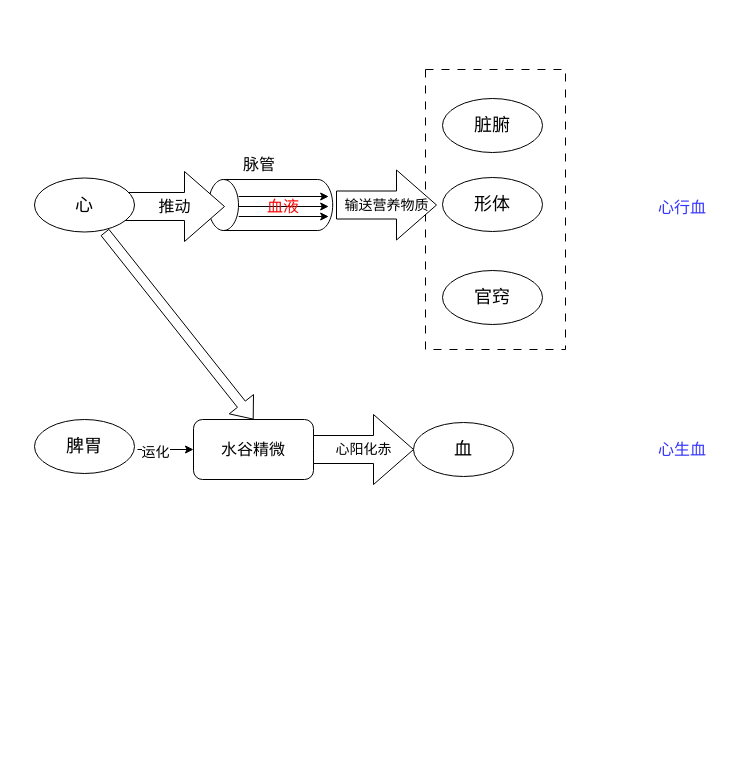
Above: 医门推敲叁/中医藏象学说/藏象学说之心/心主血脉理解.drawio in 328507133/chart (draw.io), before the change. Source tidied: cells renumbered, new cells numbered last; positions are measured from the earlier drawing's top-left corner, leaving out a move shared by most shapes. Both pictures are drawn from the tidied source at 100%, with x=0, y=0 at pixel (34, 69).
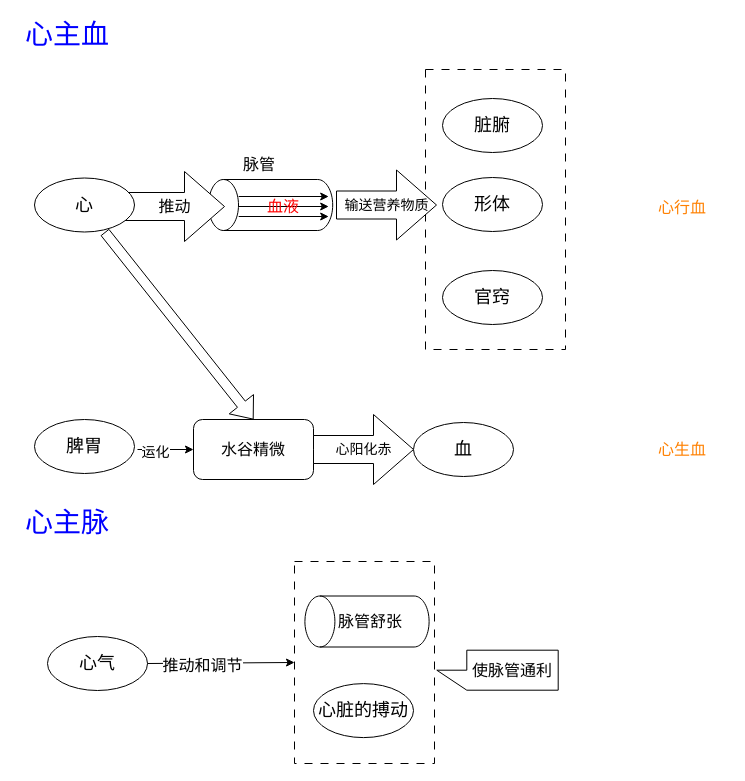
After the change.

Commit message (it also covers changes not shown here):
更新心主血脉理解.drawio

The edit, as a diff of the source:
```diff
@@
-    <mxCell id="17" value="&lt;font style=&quot;font-size: 16px;&quot;&gt;心行血&lt;/font&gt;" style="text;html=1;strokeColor=none;fillColor=none;align=center;verticalAlign=middle;whiteSpace=wrap;rounded=0;fontColor=#3333FF;" parent="1" vertex="1">
+    <mxCell id="17" value="&lt;font style=&quot;font-size: 16px;&quot;&gt;心行血&lt;/font&gt;" style="text;html=1;strokeColor=none;fillColor=none;align=center;verticalAlign=middle;whiteSpace=wrap;rounded=0;fontColor=#FF8000;" parent="1" vertex="1">
       <mxGeometry x="603" y="128" width="90" height="19" as="geometry" />
     </mxCell>
@@
-    <mxCell id="25" value="&lt;font style=&quot;font-size: 16px;&quot;&gt;心生血&lt;/font&gt;" style="text;html=1;strokeColor=none;fillColor=none;align=center;verticalAlign=middle;whiteSpace=wrap;rounded=0;fontColor=#3333FF;" parent="1" vertex="1">
+    <mxCell id="25" value="&lt;font style=&quot;font-size: 16px;&quot;&gt;心生血&lt;/font&gt;" style="text;html=1;strokeColor=none;fillColor=none;align=center;verticalAlign=middle;whiteSpace=wrap;rounded=0;fontColor=#FF8000;" parent="1" vertex="1">
       <mxGeometry x="603" y="370.5" width="90" height="19" as="geometry" />
     </mxCell>
+    <mxCell id="26" value="心主血" style="text;html=1;strokeColor=none;fillColor=none;align=center;verticalAlign=middle;whiteSpace=wrap;rounded=0;fontSize=28;fontColor=#0000FF;" parent="1" vertex="1">
+      <mxGeometry x="-17" y="-50" width="100" height="30" as="geometry" />
+    </mxCell>
+    <mxCell id="27" value="心主脉" style="text;html=1;strokeColor=none;fillColor=none;align=center;verticalAlign=middle;whiteSpace=wrap;rounded=0;fontSize=28;fontColor=#0000FF;" parent="1" vertex="1">
+      <mxGeometry x="-17" y="438" width="100" height="30" as="geometry" />
+    </mxCell>
+    <mxCell id="28" value="心气" style="ellipse;whiteSpace=wrap;html=1;fontSize=18;" parent="1" vertex="1">
+      <mxGeometry x="13" y="567" width="100" height="54" as="geometry" />
+    </mxCell>
+    <mxCell id="29" style="endArrow=classic;html=1;rounded=0;entryX=0;entryY=0.5;entryDx=0;entryDy=0;exitX=1;exitY=0.5;exitDx=0;exitDy=0;" parent="1" edge="1" source="28" target="32">
+      <mxGeometry relative="1" as="geometry" />
+    </mxCell>
+    <mxCell id="30" value="&lt;font style=&quot;font-size: 16px;&quot;&gt;推动和调节&lt;/font&gt;" style="edgeLabel;html=1;align=center;verticalAlign=middle;" parent="29" vertex="1">
+      <mxGeometry x="-0.27" y="-2" relative="1" as="geometry" />
+    </mxCell>
+    <mxCell id="31" style="group;" parent="1" vertex="1">
+      <mxGeometry x="260" y="492" width="140" height="202" as="geometry" />
+    </mxCell>
+    <mxCell id="32" style="rounded=0;whiteSpace=wrap;html=1;dashed=1;dashPattern=8 8;" parent="31" vertex="1">
+      <mxGeometry width="140" height="202" as="geometry" />
+    </mxCell>
+    <mxCell id="33" style="shape=cylinder3;whiteSpace=wrap;html=1;boundedLbl=1;backgroundOutline=1;size=15;rotation=-90;" parent="31" vertex="1">
+      <mxGeometry x="47" y="-2.1" width="51" height="124.2" as="geometry" />
+    </mxCell>
+    <mxCell id="34" value="脉管舒张" style="text;html=1;strokeColor=none;fillColor=none;align=center;verticalAlign=middle;whiteSpace=wrap;rounded=0;fontSize=16;" parent="31" vertex="1">
+      <mxGeometry x="40" y="45" width="72" height="30" as="geometry" />
+    </mxCell>
+    <mxCell id="35" value="心脏的搏动" style="ellipse;whiteSpace=wrap;html=1;fontSize=18;" parent="31" vertex="1">
+      <mxGeometry x="19" y="122.1" width="100" height="54" as="geometry" />
+    </mxCell>
+    <mxCell id="36" style="shape=callout;whiteSpace=wrap;html=1;perimeter=calloutPerimeter;rotation=90;" parent="1" vertex="1">
+      <mxGeometry x="443" y="540" width="40" height="121.4" as="geometry" />
+    </mxCell>
+    <mxCell id="37" value="使脉管通利" style="text;html=1;strokeColor=none;fillColor=none;align=center;verticalAlign=middle;whiteSpace=wrap;rounded=0;fontSize=16;" parent="1" vertex="1">
+      <mxGeometry x="433" y="586.2" width="90" height="29" as="geometry" />
+    </mxCell>
```
